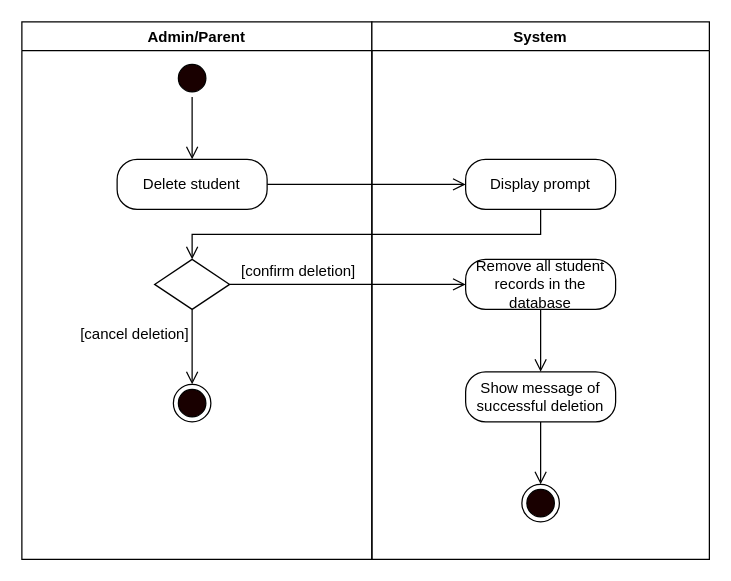
This is page "Delete Student" (2 of 12) of REVISIONS/UML-DIAGRAMS/6-9-2021/ACTIVITY DIAGRAM/ACTIVITY DIAGRAM.drawio from mrklglsn/CAPSTONE-FILES, a draw.io file, before an edit. Source tidied: cells renumbered, new cells numbered last; positions are measured from the earlier drawing's top-left corner, leaving out a move shared by most shapes. Both pictures are drawn from the tidied source at 125%, with x=0, y=0 at pixel (21, 21).
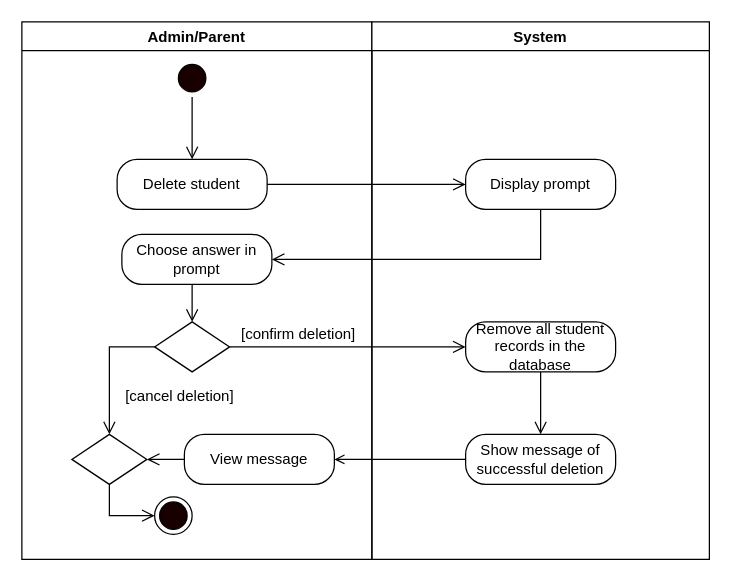
The same page after the edit.

The change refers to these unchanged cells:
```xml
<mxCell id="2" value="Admin/Parent" style="swimlane;startSize=23;" parent="1" vertex="1">
  <mxGeometry width="280" height="430" as="geometry" />
</mxCell>
<mxCell id="11" value="System" style="swimlane;" parent="1" vertex="1">
  <mxGeometry x="280" width="270" height="430" as="geometry" />
</mxCell>
<mxCell id="12" value="Display prompt" style="rounded=1;whiteSpace=wrap;html=1;arcSize=40;" parent="11" vertex="1">
  <mxGeometry x="75" y="110" width="120" height="40" as="geometry" />
</mxCell>
```

The edit, as a diff of the source:
```diff
@@
     <mxCell id="6" style="rhombus;whiteSpace=wrap;html=1;" parent="2" vertex="1">
-      <mxGeometry x="106.2" y="190" width="60" height="40" as="geometry" />
+      <mxGeometry x="106.2" y="240" width="60" height="40" as="geometry" />
     </mxCell>
     <mxCell id="7" value="[confirm deletion]" style="text;html=1;align=center;verticalAlign=middle;strokeColor=none;" parent="2" vertex="1">
-      <mxGeometry x="166.2" y="190" width="110" height="20" as="geometry" />
+      <mxGeometry x="166.2" y="240" width="110" height="20" as="geometry" />
     </mxCell>
     <mxCell id="8" value="[cancel deletion]" style="text;html=1;align=center;verticalAlign=middle;strokeColor=none;" parent="2" vertex="1">
-      <mxGeometry x="40" y="240" width="100" height="20" as="geometry" />
+      <mxGeometry x="76.2" y="290" width="100" height="20" as="geometry" />
     </mxCell>
     <mxCell id="9" style="ellipse;html=1;shape=endState;fillColor=#190000;" parent="2" vertex="1">
-      <mxGeometry x="121.2" y="290" width="30" height="30" as="geometry" />
+      <mxGeometry x="106.2" y="380" width="30" height="30" as="geometry" />
     </mxCell>
-    <mxCell id="10" style="edgeStyle=orthogonalEdgeStyle;rounded=0;jettySize=auto;html=1;exitX=0.5;exitY=1;exitDx=0;exitDy=0;endArrow=open;endFill=0;endSize=8;entryX=0.5;entryY=0;entryDx=0;entryDy=0;" parent="2" edge="1" source="6" target="9">
+    <mxCell id="10" style="edgeStyle=orthogonalEdgeStyle;rounded=0;jettySize=auto;html=1;exitX=0;exitY=0.5;exitDx=0;exitDy=0;endArrow=open;endFill=0;endSize=8;entryX=0.5;entryY=0;entryDx=0;entryDy=0;" parent="2" edge="1" source="6" target="26">
       <mxGeometry relative="1" as="geometry" />
     </mxCell>
+    <mxCell id="21" style="edgeStyle=orthogonalEdgeStyle;rounded=0;jettySize=auto;html=1;exitX=0.5;exitY=1;exitDx=0;exitDy=0;entryX=0.5;entryY=0;entryDx=0;entryDy=0;endArrow=open;endFill=0;endSize=8;" parent="2" edge="1" source="22" target="6">
+      <mxGeometry relative="1" as="geometry" />
+    </mxCell>
+    <mxCell id="22" value="Choose answer in prompt" style="rounded=1;whiteSpace=wrap;html=1;arcSize=40;" parent="2" vertex="1">
+      <mxGeometry x="80" y="170" width="120" height="40" as="geometry" />
+    </mxCell>
+    <mxCell id="23" style="edgeStyle=orthogonalEdgeStyle;rounded=0;jettySize=auto;html=1;exitX=0;exitY=0.5;exitDx=0;exitDy=0;entryX=1;entryY=0.5;entryDx=0;entryDy=0;endArrow=open;endFill=0;endSize=8;" parent="2" edge="1" source="24" target="26">
+      <mxGeometry relative="1" as="geometry" />
+    </mxCell>
+    <mxCell id="24" value="View message" style="rounded=1;whiteSpace=wrap;html=1;arcSize=40;" parent="2" vertex="1">
+      <mxGeometry x="130" y="330" width="120" height="40" as="geometry" />
+    </mxCell>
+    <mxCell id="25" style="edgeStyle=orthogonalEdgeStyle;rounded=0;jettySize=auto;html=1;exitX=0.5;exitY=1;exitDx=0;exitDy=0;entryX=0;entryY=0.5;entryDx=0;entryDy=0;endArrow=open;endFill=0;endSize=8;" parent="2" edge="1" source="26" target="9">
+      <mxGeometry relative="1" as="geometry" />
+    </mxCell>
+    <mxCell id="26" style="rhombus;whiteSpace=wrap;html=1;" parent="2" vertex="1">
+      <mxGeometry x="40" y="330" width="60" height="40" as="geometry" />
+    </mxCell>
@@
     <mxCell id="13" value="Remove all student records in the database" style="rounded=1;whiteSpace=wrap;html=1;arcSize=40;" parent="11" vertex="1">
-      <mxGeometry x="75" y="190" width="120" height="40" as="geometry" />
+      <mxGeometry x="75" y="240" width="120" height="40" as="geometry" />
     </mxCell>
     <mxCell id="14" value="Show message of successful deletion" style="rounded=1;whiteSpace=wrap;html=1;arcSize=40;" parent="11" vertex="1">
-      <mxGeometry x="75" y="280" width="120" height="40" as="geometry" />
+      <mxGeometry x="75" y="330" width="120" height="40" as="geometry" />
     </mxCell>
-    <mxCell id="15" style="ellipse;html=1;shape=endState;fillColor=#190000;" parent="11" vertex="1">
-      <mxGeometry x="120" y="370" width="30" height="30" as="geometry" />
-    </mxCell>
@@
-    <mxCell id="17" style="edgeStyle=orthogonalEdgeStyle;rounded=0;jettySize=auto;html=1;exitX=0.5;exitY=1;exitDx=0;exitDy=0;endArrow=open;endFill=0;endSize=8;entryX=0.5;entryY=0;entryDx=0;entryDy=0;" parent="1" edge="1" source="12" target="6">
-      <mxGeometry relative="1" as="geometry" />
-    </mxCell>
@@
     <mxCell id="19" style="edgeStyle=orthogonalEdgeStyle;rounded=0;jettySize=auto;html=1;exitX=0.5;exitY=1;exitDx=0;exitDy=0;endArrow=open;endFill=0;endSize=8;" parent="1" edge="1" source="13">
       <mxGeometry relative="1" as="geometry">
-        <mxPoint x="415" y="280" as="targetPoint" />
+        <mxPoint x="415" y="330" as="targetPoint" />
       </mxGeometry>
     </mxCell>
-    <mxCell id="20" style="edgeStyle=orthogonalEdgeStyle;rounded=0;jettySize=auto;html=1;exitX=0.5;exitY=1;exitDx=0;exitDy=0;endArrow=open;endFill=0;endSize=8;" parent="1" edge="1" source="14">
-      <mxGeometry relative="1" as="geometry">
-        <mxPoint x="415" y="370" as="targetPoint" />
-      </mxGeometry>
-    </mxCell>
+    <mxCell id="27" style="edgeStyle=orthogonalEdgeStyle;rounded=0;jettySize=auto;html=1;exitX=0.5;exitY=1;exitDx=0;exitDy=0;entryX=1;entryY=0.5;entryDx=0;entryDy=0;endArrow=open;endFill=0;endSize=8;" parent="1" edge="1" source="12" target="22">
+      <mxGeometry relative="1" as="geometry" />
+    </mxCell>
+    <mxCell id="28" style="edgeStyle=orthogonalEdgeStyle;rounded=0;jettySize=auto;html=1;exitX=0;exitY=0.5;exitDx=0;exitDy=0;endArrow=open;endFill=0;" parent="1" edge="1" source="14">
+      <mxGeometry relative="1" as="geometry">
+        <mxPoint x="250" y="350" as="targetPoint" />
+      </mxGeometry>
+    </mxCell>
```
